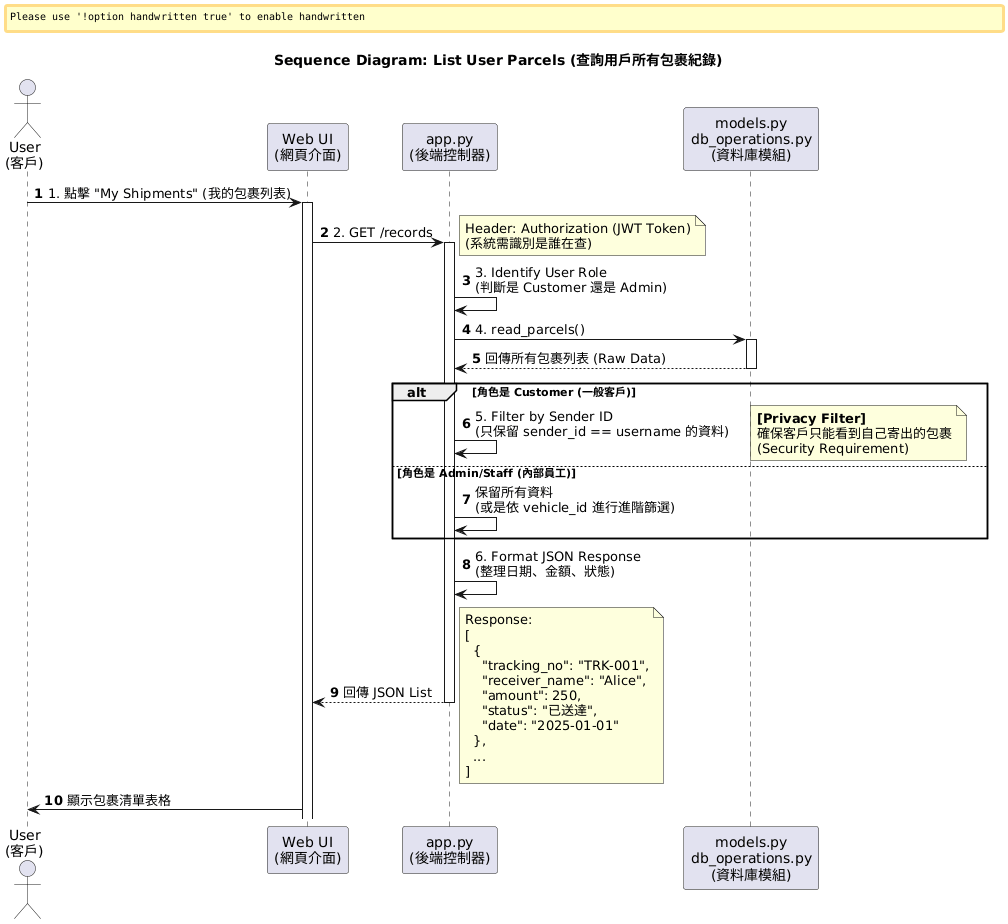
This is diagrams/PNG/查詢用戶所有包裹紀錄.png from tse0414/bla, a PlantUML export, as it was before one commit.
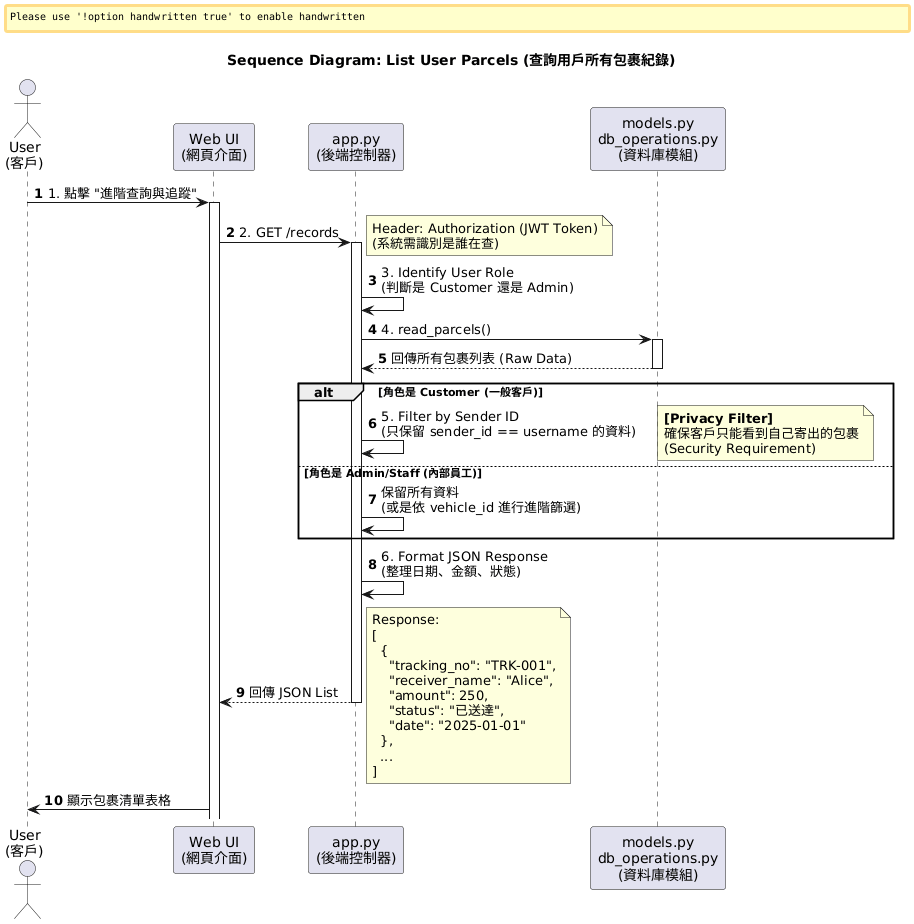
Above is the later version.

Change to the diagram source:
```diff
@@ -13,7 +13,7 @@
 participant "models.py\ndb_operations.py\n(資料庫模組)" as DB
 
 
-User -> UI: 1. 點擊 "My Shipments" (我的包裹列表)
+User -> UI: 1. 點擊 "進階查詢與追蹤"
 activate UI
 
 UI -> Backend: 2. GET /records
```
